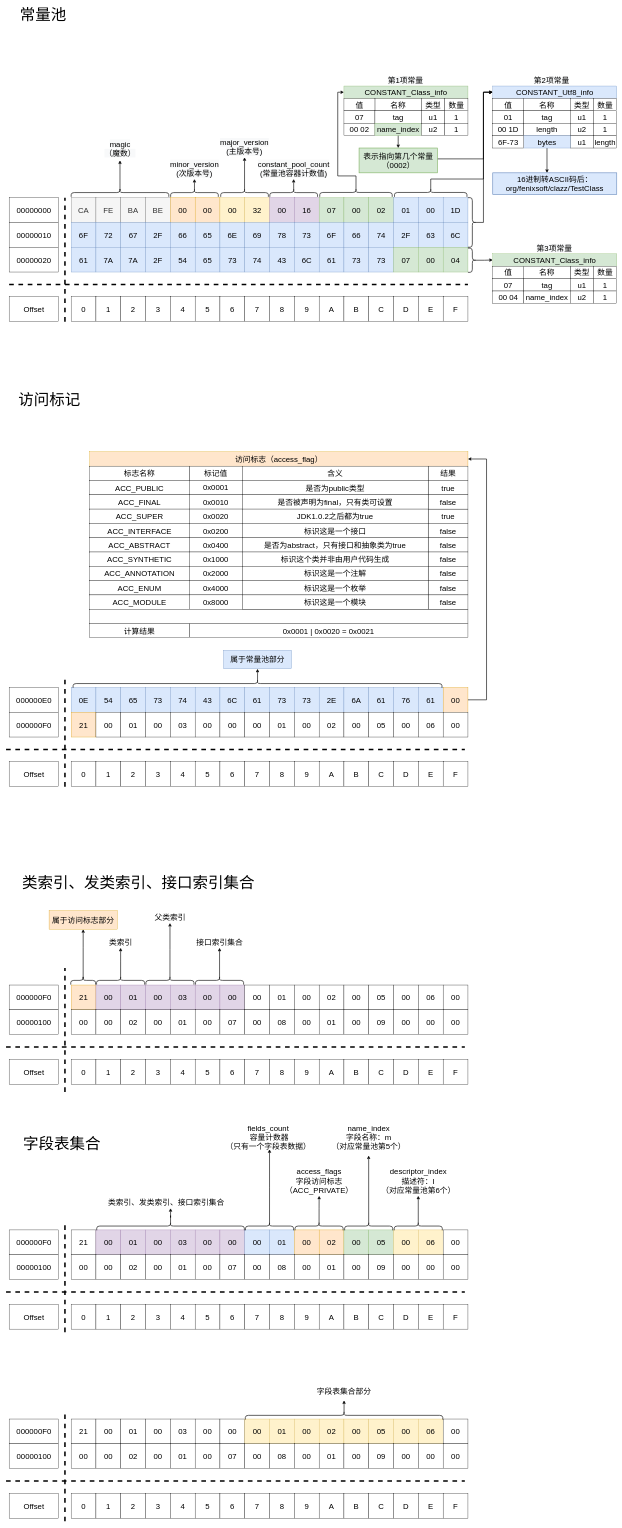
Before: 常量池/Untitled Diagram.drawio in zero-97/picture-of-the-article, a draw.io diagram. Source tidied: cells renumbered, new cells numbered last; positions are measured from the earlier drawing's top-left corner, leaving out a move shared by most shapes. Both pictures are drawn from the tidied source at 31%, with x=0, y=0 at pixel (6, 5).
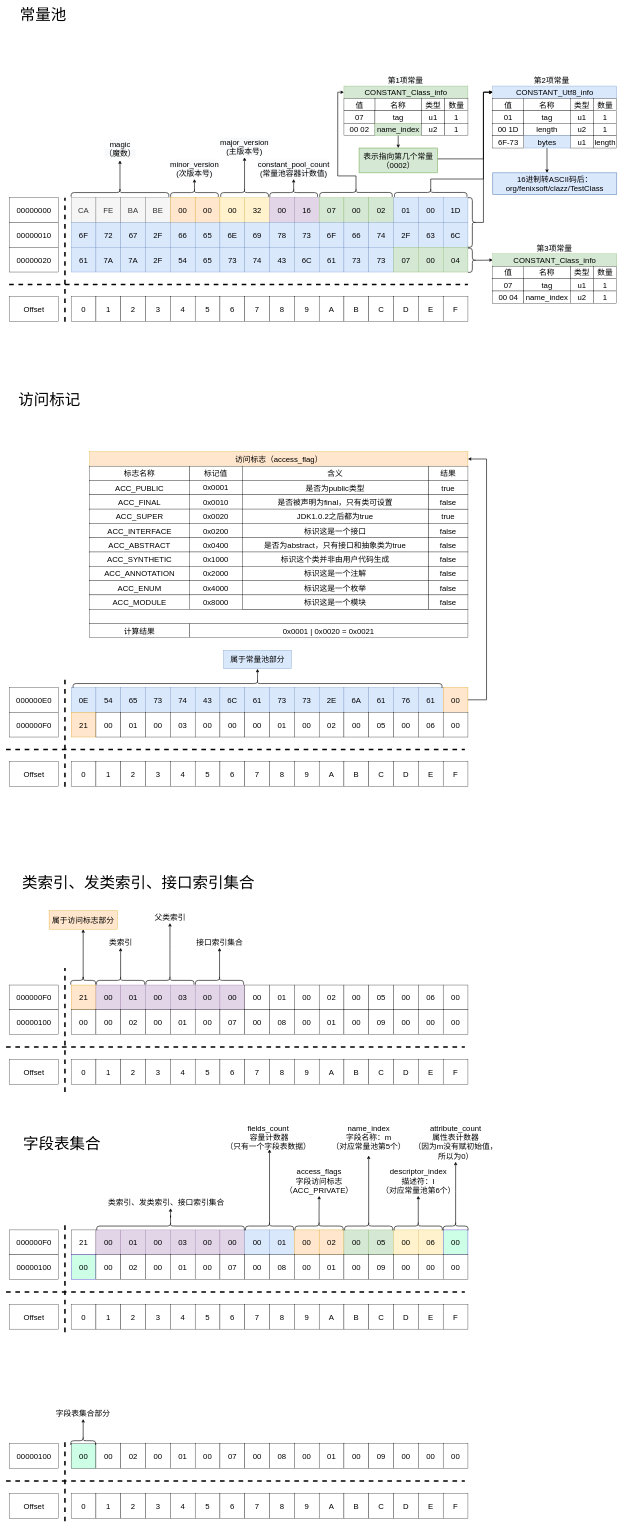
After the change.

Change to the diagram source:
```diff
@@
-    <mxCell id="227" value="00" style="whiteSpace=wrap;html=1;fontSize=25;" parent="1" vertex="1">
+    <mxCell id="227" value="00" style="whiteSpace=wrap;html=1;fontSize=25;fillColor=#CCFFE6;fontColor=#000000;strokeColor=#3700CC;" parent="1" vertex="1">
       <mxGeometry x="1410" y="3950" width="80" height="80" as="geometry" />
     </mxCell>
@@
-    <mxCell id="251" value="00" style="whiteSpace=wrap;html=1;fontSize=25;" parent="1" vertex="1">
+    <mxCell id="251" value="00" style="whiteSpace=wrap;html=1;fontSize=25;fillColor=#CCFFE6;fontColor=#000000;strokeColor=#3700CC;" parent="1" vertex="1">
       <mxGeometry x="210" y="4030" width="80" height="80" as="geometry" />
     </mxCell>
@@
-    <mxCell id="407" value="21" style="whiteSpace=wrap;html=1;fontSize=25;" parent="1" vertex="1">
-      <mxGeometry x="210" y="4560" width="80" height="80" as="geometry" />
-    </mxCell>
-    <mxCell id="408" value="00" style="whiteSpace=wrap;html=1;fontSize=25;" parent="1" vertex="1">
-      <mxGeometry x="290" y="4560" width="80" height="80" as="geometry" />
-    </mxCell>
-    <mxCell id="409" value="01" style="whiteSpace=wrap;html=1;fontSize=25;" parent="1" vertex="1">
-      <mxGeometry x="370" y="4560" width="80" height="80" as="geometry" />
-    </mxCell>
-    <mxCell id="410" value="00" style="whiteSpace=wrap;html=1;fontSize=25;" parent="1" vertex="1">
-      <mxGeometry x="450" y="4560" width="80" height="80" as="geometry" />
-    </mxCell>
-    <mxCell id="411" value="03" style="whiteSpace=wrap;html=1;fontSize=25;" parent="1" vertex="1">
-      <mxGeometry x="530" y="4560" width="80" height="80" as="geometry" />
-    </mxCell>
-    <mxCell id="412" value="00" style="whiteSpace=wrap;html=1;fontSize=25;" parent="1" vertex="1">
-      <mxGeometry x="610" y="4560" width="80" height="80" as="geometry" />
-    </mxCell>
-    <mxCell id="413" value="00" style="whiteSpace=wrap;html=1;fontSize=25;" parent="1" vertex="1">
-      <mxGeometry x="690" y="4560" width="80" height="80" as="geometry" />
-    </mxCell>
-    <mxCell id="414" value="00" style="whiteSpace=wrap;html=1;fontSize=25;fillColor=#fff2cc;strokeColor=#d6b656;" parent="1" vertex="1">
-      <mxGeometry x="770" y="4560" width="80" height="80" as="geometry" />
-    </mxCell>
-    <mxCell id="415" value="01" style="whiteSpace=wrap;html=1;fontSize=25;fillColor=#fff2cc;strokeColor=#d6b656;" parent="1" vertex="1">
-      <mxGeometry x="850" y="4560" width="80" height="80" as="geometry" />
-    </mxCell>
-    <mxCell id="416" value="00" style="whiteSpace=wrap;html=1;fontSize=25;fillColor=#fff2cc;strokeColor=#d6b656;" parent="1" vertex="1">
-      <mxGeometry x="930" y="4560" width="80" height="80" as="geometry" />
-    </mxCell>
-    <mxCell id="417" value="02" style="whiteSpace=wrap;html=1;fontSize=25;fillColor=#fff2cc;strokeColor=#d6b656;" parent="1" vertex="1">
-      <mxGeometry x="1010" y="4560" width="80" height="80" as="geometry" />
-    </mxCell>
-    <mxCell id="418" value="00" style="whiteSpace=wrap;html=1;fontSize=25;fillColor=#fff2cc;strokeColor=#d6b656;" parent="1" vertex="1">
-      <mxGeometry x="1090" y="4560" width="80" height="80" as="geometry" />
-    </mxCell>
-    <mxCell id="419" value="05" style="whiteSpace=wrap;html=1;fontSize=25;fillColor=#fff2cc;strokeColor=#d6b656;" parent="1" vertex="1">
-      <mxGeometry x="1170" y="4560" width="80" height="80" as="geometry" />
-    </mxCell>
-    <mxCell id="420" value="00" style="whiteSpace=wrap;html=1;fontSize=25;fillColor=#fff2cc;strokeColor=#d6b656;" parent="1" vertex="1">
-      <mxGeometry x="1250" y="4560" width="80" height="80" as="geometry" />
-    </mxCell>
-    <mxCell id="421" value="06" style="whiteSpace=wrap;html=1;fontSize=25;fillColor=#fff2cc;strokeColor=#d6b656;" parent="1" vertex="1">
-      <mxGeometry x="1330" y="4560" width="80" height="80" as="geometry" />
-    </mxCell>
-    <mxCell id="422" value="00" style="whiteSpace=wrap;html=1;fontSize=25;" parent="1" vertex="1">
-      <mxGeometry x="1410" y="4560" width="80" height="80" as="geometry" />
-    </mxCell>
@@
-    <mxCell id="440" value="000000F0" style="rounded=0;whiteSpace=wrap;html=1;fontSize=25;" parent="1" vertex="1">
-      <mxGeometry x="10" y="4560" width="160" height="80" as="geometry" />
-    </mxCell>
@@
-    <mxCell id="444" value="00" style="whiteSpace=wrap;html=1;fontSize=25;" parent="1" vertex="1">
+    <mxCell id="444" value="00" style="whiteSpace=wrap;html=1;fontSize=25;fillColor=#CCFFE6;" parent="1" vertex="1">
       <mxGeometry x="210" y="4640" width="80" height="80" as="geometry" />
     </mxCell>
@@
     <mxCell id="460" style="endArrow=none;dashed=1;html=1;rounded=0;fontSize=20;strokeColor=#000000;strokeWidth=5;" parent="1" edge="1">
       <mxGeometry relative="1" as="geometry">
         <mxPoint x="190" y="4890" as="sourcePoint" />
-        <mxPoint x="190" y="4530" as="targetPoint" />
+        <mxPoint x="190" y="4630" as="targetPoint" />
       </mxGeometry>
     </mxCell>
-    <mxCell id="461" style="edgeStyle=orthogonalEdgeStyle;rounded=0;jettySize=auto;html=1;fontSize=25;strokeWidth=2;exitX=0.1;exitY=0.5;exitDx=0;exitDy=0;exitPerimeter=0;" parent="1" edge="1" source="462" target="463">
-      <mxGeometry relative="1" as="geometry" />
-    </mxCell>
-    <mxCell id="462" style="shape=curlyBracket;whiteSpace=wrap;html=1;rounded=1;flipH=1;rotation=-90;strokeWidth=2;" parent="1" vertex="1">
-      <mxGeometry x="1076.6" y="4229.7" width="27.5" height="636.9" as="geometry" />
-    </mxCell>
     <mxCell id="463" value="&lt;font style=&quot;font-size: 25px&quot;&gt;字段表集合部分&lt;/font&gt;" style="text;html=1;strokeColor=none;fillColor=none;align=center;verticalAlign=middle;whiteSpace=wrap;rounded=0;" parent="1" vertex="1">
-      <mxGeometry x="894.7" y="4440" width="391.2" height="60" as="geometry" />
+      <mxGeometry x="151.1" y="4520" width="195.3" height="40" as="geometry" />
     </mxCell>
+    <mxCell id="464" style="edgeStyle=orthogonalEdgeStyle;rounded=0;jettySize=auto;html=1;fontSize=25;fontColor=#000000;strokeWidth=2;exitX=0.1;exitY=0.5;exitDx=0;exitDy=0;exitPerimeter=0;" parent="1" edge="1" source="465" target="466">
+      <mxGeometry relative="1" as="geometry" />
+    </mxCell>
+    <mxCell id="465" style="shape=curlyBracket;whiteSpace=wrap;html=1;rounded=1;flipH=1;rotation=-90;strokeWidth=2;" parent="1" vertex="1">
+      <mxGeometry x="1436.5" y="3897.5" width="27.5" height="80" as="geometry" />
+    </mxCell>
+    <mxCell id="466" value="&lt;font face=&quot;helvetica&quot;&gt;&lt;span style=&quot;font-size: 25px&quot;&gt;attribute_count&lt;br&gt;属性表计数器&lt;br&gt;（因为m没有赋初始值，所以为0）&lt;br&gt;&lt;/span&gt;&lt;/font&gt;" style="text;whiteSpace=wrap;html=1;fontSize=20;align=center;" parent="1" vertex="1">
+      <mxGeometry x="1312.9" y="3600" width="274.8" height="130" as="geometry" />
+    </mxCell>
+    <mxCell id="467" style="edgeStyle=orthogonalEdgeStyle;rounded=0;jettySize=auto;html=1;fontSize=25;fontColor=#000000;strokeWidth=2;exitX=0.1;exitY=0.5;exitDx=0;exitDy=0;exitPerimeter=0;" parent="1" edge="1" source="468" target="463">
+      <mxGeometry relative="1" as="geometry" />
+    </mxCell>
+    <mxCell id="468" style="shape=curlyBracket;whiteSpace=wrap;html=1;rounded=1;flipH=1;rotation=-90;strokeWidth=2;" parent="1" vertex="1">
+      <mxGeometry x="235" y="4590" width="27.5" height="80" as="geometry" />
+    </mxCell>
```
